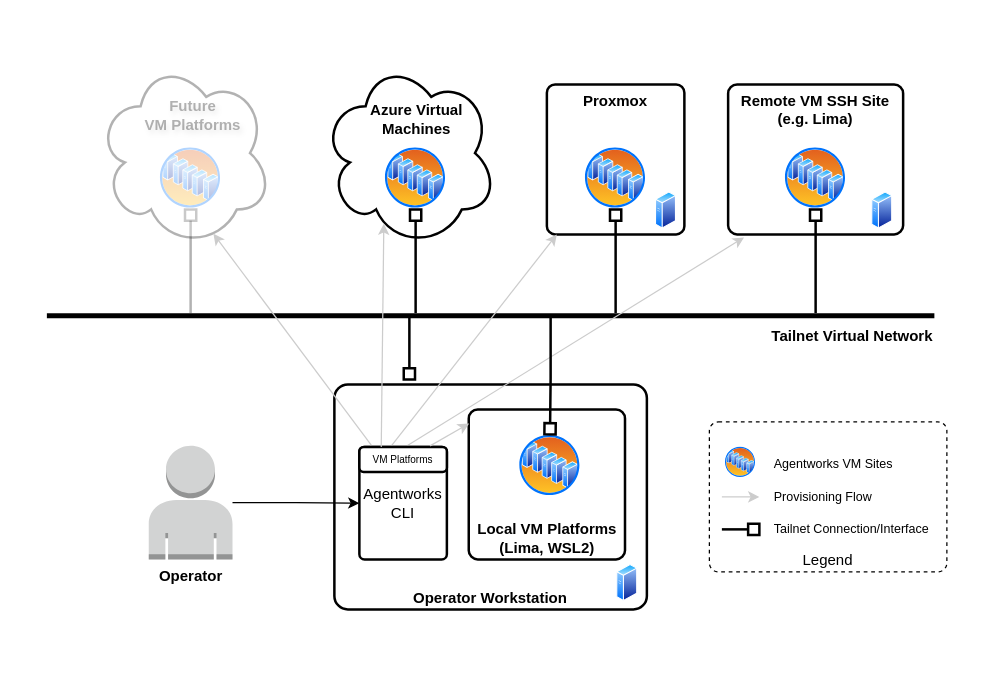
The draw.io diagram page "Topology" (1 of 2) of docs/images/agw-diagrams.drawio in WayfarerLabs/agentworks, before the edit. Source tidied: cells renumbered, new cells numbered last; positions are measured from the earlier drawing's top-left corner, leaving out a move shared by most shapes. Both pictures are drawn from the tidied source at 125%, with x=0, y=0 at pixel (46, 59).
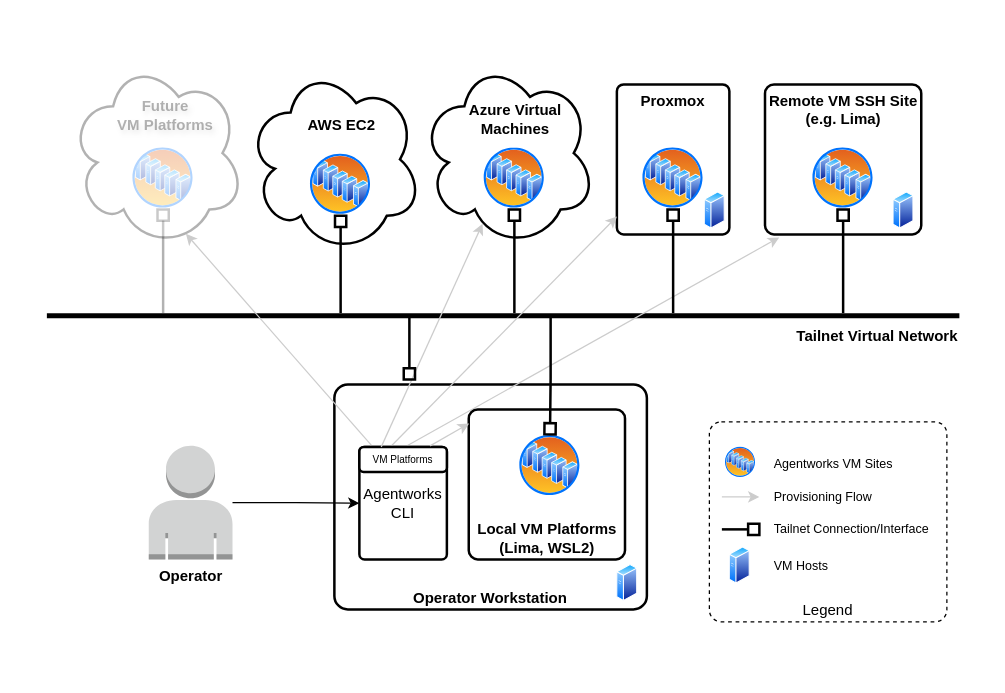
Above is the later version.

What changed in the source:
```diff
@@
+    <mxCell id="42" style="rounded=1;whiteSpace=wrap;html=1;align=center;verticalAlign=bottom;arcSize=6;strokeWidth=2;fontStyle=1;strokeColor=none;" parent="1" vertex="1">
+      <mxGeometry x="-20" y="-30" width="770" height="520" as="geometry" />
+    </mxCell>
     <mxCell id="2" value="Legend" style="rounded=1;whiteSpace=wrap;html=1;align=center;verticalAlign=bottom;arcSize=6;strokeWidth=1;fontStyle=0;strokeColor=#000000;dashed=1;fontColor=#000000;" parent="1" vertex="1">
-      <mxGeometry x="530" y="290" width="190" height="120" as="geometry" />
+      <mxGeometry x="530" y="290" width="190" height="160" as="geometry" />
     </mxCell>
@@
     <mxCell id="5" value="Remote VM SSH Site&lt;br&gt;(e.g. Lima)" style="rounded=1;whiteSpace=wrap;html=1;align=center;verticalAlign=top;arcSize=6;strokeWidth=2;fontStyle=1;" parent="1" vertex="1">
-      <mxGeometry x="545" y="20" width="140" height="120" as="geometry" />
+      <mxGeometry x="574.5" y="20" width="125" height="120" as="geometry" />
     </mxCell>
     <mxCell id="6" style="image;perimeter=ellipsePerimeter;html=1;align=center;shadow=0;dashed=0;spacingTop=3;image=img/lib/active_directory/server_farm.svg;" parent="1" vertex="1">
-      <mxGeometry x="590" y="70" width="50" height="50" as="geometry" />
+      <mxGeometry x="612" y="70" width="50" height="50" as="geometry" />
     </mxCell>
@@
     <mxCell id="8" value="Proxmox" style="rounded=1;whiteSpace=wrap;html=1;align=center;verticalAlign=top;arcSize=6;strokeWidth=2;fontStyle=1;" parent="1" vertex="1">
-      <mxGeometry x="400" y="20" width="110" height="120" as="geometry" />
+      <mxGeometry x="456" y="20" width="90" height="120" as="geometry" />
     </mxCell>
     <mxCell id="9" style="image;perimeter=ellipsePerimeter;html=1;align=center;shadow=0;dashed=0;spacingTop=3;image=img/lib/active_directory/server_farm.svg;" parent="1" vertex="1">
-      <mxGeometry x="430" y="70" width="50" height="50" as="geometry" />
+      <mxGeometry x="476" y="70" width="50" height="50" as="geometry" />
     </mxCell>
     <mxCell id="10" style="ellipse;shape=cloud;whiteSpace=wrap;html=1;strokeWidth=2;" parent="1" vertex="1">
-      <mxGeometry x="220" width="140" height="150" as="geometry" />
+      <mxGeometry x="299" width="140" height="150" as="geometry" />
     </mxCell>
     <mxCell id="11" style="edgeStyle=orthogonalEdgeStyle;rounded=0;jettySize=auto;html=1;entryX=0.5;entryY=1;entryDx=0;entryDy=0;strokeWidth=2;opacity=30;endArrow=box;endFill=0;" parent="1" edge="1" source="12" target="38">
       <mxGeometry relative="1" as="geometry">
         <Array as="points">
-          <mxPoint x="115" y="170" />
-          <mxPoint x="115" y="170" />
+          <mxPoint x="93" y="150" />
+          <mxPoint x="93" y="150" />
         </Array>
       </mxGeometry>
     </mxCell>
     <mxCell id="12" value="Tailnet Virtual Network" style="line;strokeWidth=4;html=1;perimeter=backbonePerimeter;points=[];outlineConnect=0;align=right;fontStyle=1;" parent="1" vertex="1">
-      <mxGeometry y="200" width="710" height="10" as="geometry" />
+      <mxGeometry y="200" width="730" height="10" as="geometry" />
     </mxCell>
     <mxCell id="13" value="Azure Virtual Machines" style="text;html=1;whiteSpace=wrap;strokeColor=none;fillColor=none;align=center;verticalAlign=middle;rounded=0;fontStyle=1;" parent="1" vertex="1">
-      <mxGeometry x="253.5" y="33" width="84" height="30" as="geometry" />
+      <mxGeometry x="332.5" y="33" width="84" height="30" as="geometry" />
     </mxCell>
     <mxCell id="14" style="image;perimeter=ellipsePerimeter;html=1;align=center;shadow=0;dashed=0;spacingTop=3;image=img/lib/active_directory/server_farm.svg;" parent="1" vertex="1">
-      <mxGeometry x="270" y="70" width="50" height="50" as="geometry" />
+      <mxGeometry x="349" y="70" width="50" height="50" as="geometry" />
     </mxCell>
@@
-    <mxCell id="22" style="edgeStyle=orthogonalEdgeStyle;rounded=0;jettySize=auto;html=1;startArrow=none;startFill=0;endArrow=box;endFill=0;strokeWidth=2;" parent="1" edge="1" source="12" target="9">
+    <mxCell id="22" style="edgeStyle=orthogonalEdgeStyle;rounded=0;jettySize=auto;html=1;startArrow=none;startFill=0;endArrow=box;endFill=0;strokeWidth=2;entryX=0.5;entryY=1;entryDx=0;entryDy=0;" parent="1" edge="1" source="12" target="9">
       <mxGeometry relative="1" as="geometry">
         <Array as="points">
-          <mxPoint x="455" y="180" />
-          <mxPoint x="455" y="180" />
+          <mxPoint x="501" y="190" />
+          <mxPoint x="501" y="190" />
         </Array>
       </mxGeometry>
     </mxCell>
     <mxCell id="23" style="edgeStyle=orthogonalEdgeStyle;rounded=0;jettySize=auto;html=1;entryX=0.5;entryY=1;entryDx=0;entryDy=0;startArrow=none;startFill=0;endArrow=box;endFill=0;strokeWidth=2;" parent="1" edge="1" source="12" target="6">
       <mxGeometry relative="1" as="geometry">
         <Array as="points">
-          <mxPoint x="615" y="170" />
-          <mxPoint x="615" y="170" />
+          <mxPoint x="637" y="170" />
+          <mxPoint x="637" y="170" />
         </Array>
       </mxGeometry>
     </mxCell>
     <mxCell id="24" style="edgeStyle=orthogonalEdgeStyle;rounded=0;jettySize=auto;html=1;startArrow=none;startFill=0;endArrow=box;endFill=0;strokeWidth=2;entryX=0.5;entryY=1;entryDx=0;entryDy=0;" parent="1" edge="1" source="12" target="14">
       <mxGeometry relative="1" as="geometry">
         <Array as="points">
-          <mxPoint x="295" y="180" />
-          <mxPoint x="295" y="180" />
+          <mxPoint x="374" y="140" />
+          <mxPoint x="374" y="140" />
         </Array>
       </mxGeometry>
     </mxCell>
@@
     <mxCell id="33" style="image;perimeter=ellipsePerimeter;html=1;align=center;shadow=0;dashed=0;spacingTop=3;image=img/lib/active_directory/generic_server.svg;" parent="1" vertex="1">
-      <mxGeometry x="660" y="106" width="16.8" height="30" as="geometry" />
+      <mxGeometry x="677" y="106" width="16.8" height="30" as="geometry" />
     </mxCell>
     <mxCell id="34" style="image;perimeter=ellipsePerimeter;html=1;align=center;shadow=0;dashed=0;spacingTop=3;image=img/lib/active_directory/generic_server.svg;" parent="1" vertex="1">
-      <mxGeometry x="487" y="106" width="16.8" height="30" as="geometry" />
+      <mxGeometry x="526" y="106" width="16.8" height="30" as="geometry" />
     </mxCell>
@@
     <mxCell id="36" style="ellipse;shape=cloud;whiteSpace=wrap;html=1;strokeWidth=2;opacity=30;" parent="1" vertex="1">
-      <mxGeometry x="40" width="140" height="150" as="geometry" />
+      <mxGeometry x="18" width="140" height="150" as="geometry" />
     </mxCell>
     <mxCell id="37" value="Future&lt;div&gt;VM Platforms&lt;/div&gt;" style="text;html=1;whiteSpace=wrap;strokeColor=none;fillColor=none;align=center;verticalAlign=middle;rounded=0;fontStyle=1;opacity=30;textShadow=1;textOpacity=30;" parent="1" vertex="1">
-      <mxGeometry x="72.5" y="30" width="87.5" height="30" as="geometry" />
+      <mxGeometry x="50.5" y="30" width="87.5" height="30" as="geometry" />
     </mxCell>
     <mxCell id="38" style="image;perimeter=ellipsePerimeter;html=1;align=center;shadow=0;dashed=0;spacingTop=3;image=img/lib/active_directory/server_farm.svg;opacity=30;" parent="1" vertex="1">
-      <mxGeometry x="90" y="70" width="50" height="50" as="geometry" />
+      <mxGeometry x="68" y="70" width="50" height="50" as="geometry" />
     </mxCell>
@@
+    <mxCell id="43" style="ellipse;shape=cloud;whiteSpace=wrap;html=1;strokeWidth=2;" parent="1" vertex="1">
+      <mxGeometry x="160" y="5" width="140" height="150" as="geometry" />
+    </mxCell>
+    <mxCell id="44" value="AWS EC2" style="text;html=1;whiteSpace=wrap;strokeColor=none;fillColor=none;align=center;verticalAlign=middle;rounded=0;fontStyle=1;" parent="1" vertex="1">
+      <mxGeometry x="193.5" y="38" width="84" height="30" as="geometry" />
+    </mxCell>
+    <mxCell id="45" style="image;perimeter=ellipsePerimeter;html=1;align=center;shadow=0;dashed=0;spacingTop=3;image=img/lib/active_directory/server_farm.svg;" parent="1" vertex="1">
+      <mxGeometry x="210" y="75" width="50" height="50" as="geometry" />
+    </mxCell>
+    <mxCell id="46" style="edgeStyle=orthogonalEdgeStyle;rounded=0;jettySize=auto;html=1;startArrow=none;startFill=0;endArrow=box;endFill=0;strokeWidth=2;entryX=0.5;entryY=1;entryDx=0;entryDy=0;" parent="1" edge="1" source="12" target="45">
+      <mxGeometry relative="1" as="geometry">
+        <Array as="points">
+          <mxPoint x="235" y="160" />
+          <mxPoint x="235" y="160" />
+        </Array>
+      </mxGeometry>
+    </mxCell>
+    <mxCell id="47" style="image;perimeter=ellipsePerimeter;html=1;align=center;shadow=0;dashed=0;spacingTop=3;image=img/lib/active_directory/generic_server.svg;" parent="1" vertex="1">
+      <mxGeometry x="546" y="390" width="16.8" height="30" as="geometry" />
+    </mxCell>
+    <mxCell id="48" value="VM Hosts" style="text;html=1;whiteSpace=wrap;strokeColor=none;fillColor=none;align=left;verticalAlign=middle;rounded=0;fontStyle=0;fontSize=10;" parent="1" vertex="1">
+      <mxGeometry x="580" y="390" width="100" height="30" as="geometry" />
+    </mxCell>
```
